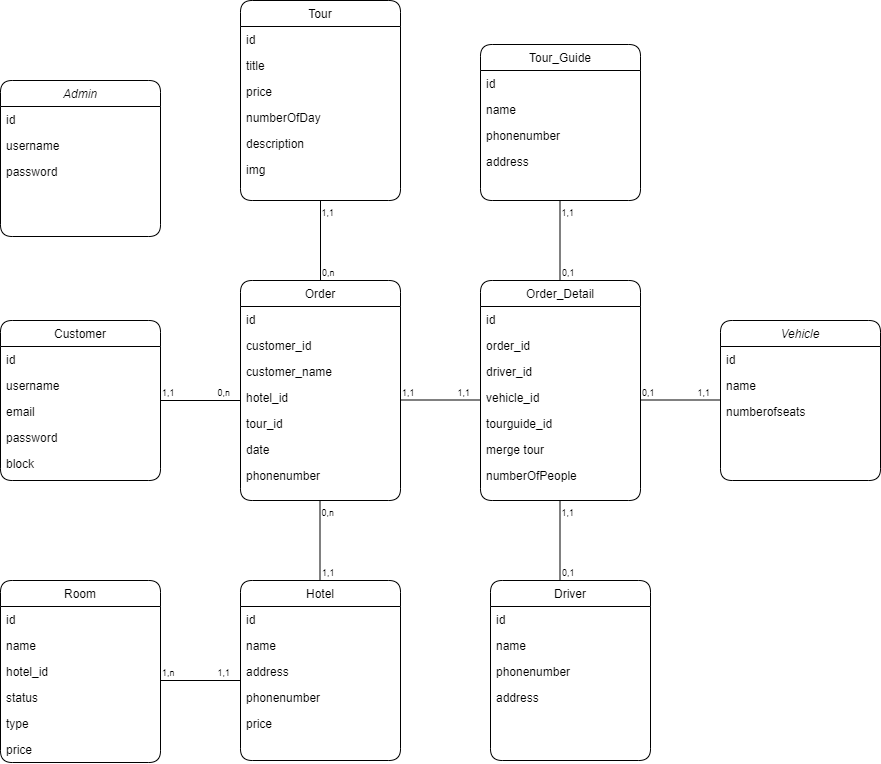
Above: database/ERDTravel.png in HienNguyen120601/travel-bynguyen (draw.io), before the change. Source tidied: cells renumbered, new cells last; positions are measured from the earlier drawing's top-left corner, leaving out a move shared by most shapes.
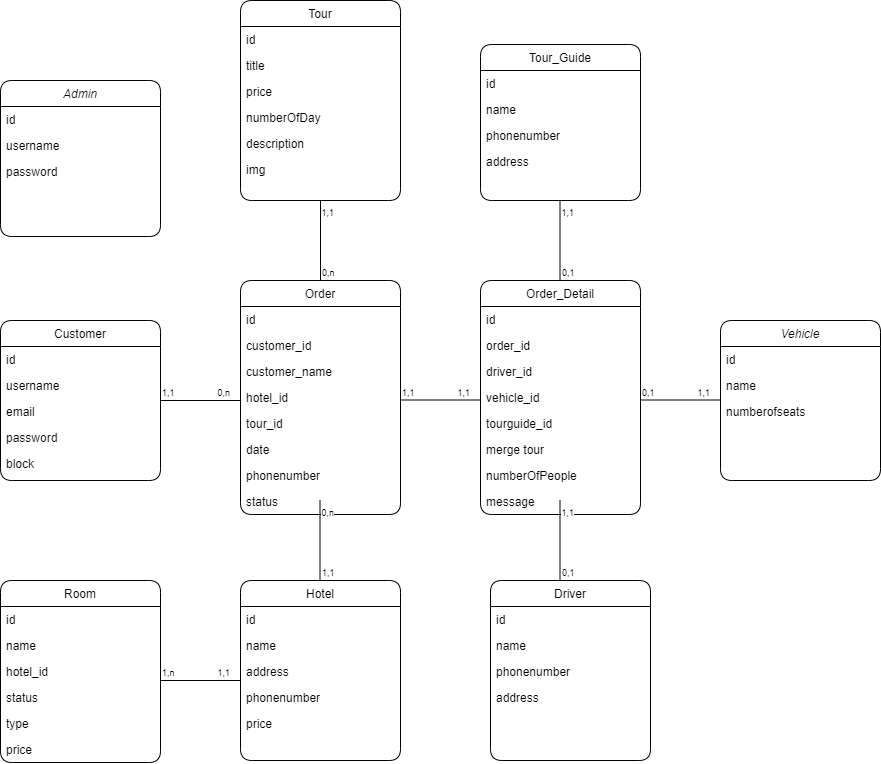
After the change.

Change to the diagram source:
```diff
@@ -33,7 +33,7 @@
       <mxGeometry y="130" width="160" height="26" as="geometry" />
     </mxCell>
     <mxCell id="12" value="Order" style="swimlane;fontStyle=0;align=center;verticalAlign=top;horizontal=1;startSize=26;rounded=1;shadow=0;strokeWidth=1;" parent="1" vertex="1">
-      <mxGeometry x="240" y="280" width="160" height="220" as="geometry" />
+      <mxGeometry x="240" y="280" width="160" height="234" as="geometry" />
     </mxCell>
     <mxCell id="13" value="id" style="text;align=left;verticalAlign=top;spacingLeft=4;spacingRight=4;overflow=hidden;rounded=1;" parent="12" vertex="1">
       <mxGeometry y="26" width="160" height="26" as="geometry" />
@@ -56,6 +56,9 @@
     <mxCell id="19" value="phonenumber" style="text;align=left;verticalAlign=top;spacingLeft=4;spacingRight=4;overflow=hidden;rounded=1;" parent="12" vertex="1">
       <mxGeometry y="182" width="160" height="26" as="geometry" />
     </mxCell>
+    <mxCell id="86" value="status" style="text;align=left;verticalAlign=top;spacingLeft=4;spacingRight=4;overflow=hidden;rounded=1;" parent="12" vertex="1">
+      <mxGeometry y="208" width="160" height="26" as="geometry" />
+    </mxCell>
     <mxCell id="20" value="Tour" style="swimlane;fontStyle=0;align=center;verticalAlign=top;horizontal=1;startSize=26;rounded=1;shadow=0;strokeWidth=1;" parent="1" vertex="1">
       <mxGeometry x="240" width="160" height="200" as="geometry" />
     </mxCell>
@@ -96,7 +99,7 @@
       <mxGeometry y="130" width="160" height="26" as="geometry" />
     </mxCell>
     <mxCell id="33" value="Order_Detail" style="swimlane;fontStyle=0;align=center;verticalAlign=top;horizontal=1;startSize=26;rounded=1;shadow=0;strokeWidth=1;" parent="1" vertex="1">
-      <mxGeometry x="480" y="280" width="160" height="220" as="geometry" />
+      <mxGeometry x="480" y="280" width="160" height="234" as="geometry" />
     </mxCell>
     <mxCell id="34" value="id" style="text;align=left;verticalAlign=top;spacingLeft=4;spacingRight=4;overflow=hidden;rounded=1;" parent="33" vertex="1">
       <mxGeometry y="26" width="160" height="26" as="geometry" />
@@ -119,6 +122,9 @@
     <mxCell id="40" value="numberOfPeople" style="text;align=left;verticalAlign=top;spacingLeft=4;spacingRight=4;overflow=hidden;rounded=1;shadow=0;html=0;" parent="33" vertex="1">
       <mxGeometry y="182" width="160" height="26" as="geometry" />
     </mxCell>
+    <mxCell id="87" value="message" style="text;align=left;verticalAlign=top;spacingLeft=4;spacingRight=4;overflow=hidden;rounded=1;shadow=0;html=0;" parent="33" vertex="1">
+      <mxGeometry y="208" width="160" height="26" as="geometry" />
+    </mxCell>
     <mxCell id="41" value="Tour_Guide" style="swimlane;fontStyle=0;align=center;verticalAlign=top;horizontal=1;startSize=26;rounded=1;shadow=0;strokeWidth=1;" parent="1" vertex="1">
       <mxGeometry x="480" y="44" width="160" height="156" as="geometry" />
     </mxCell>
```
